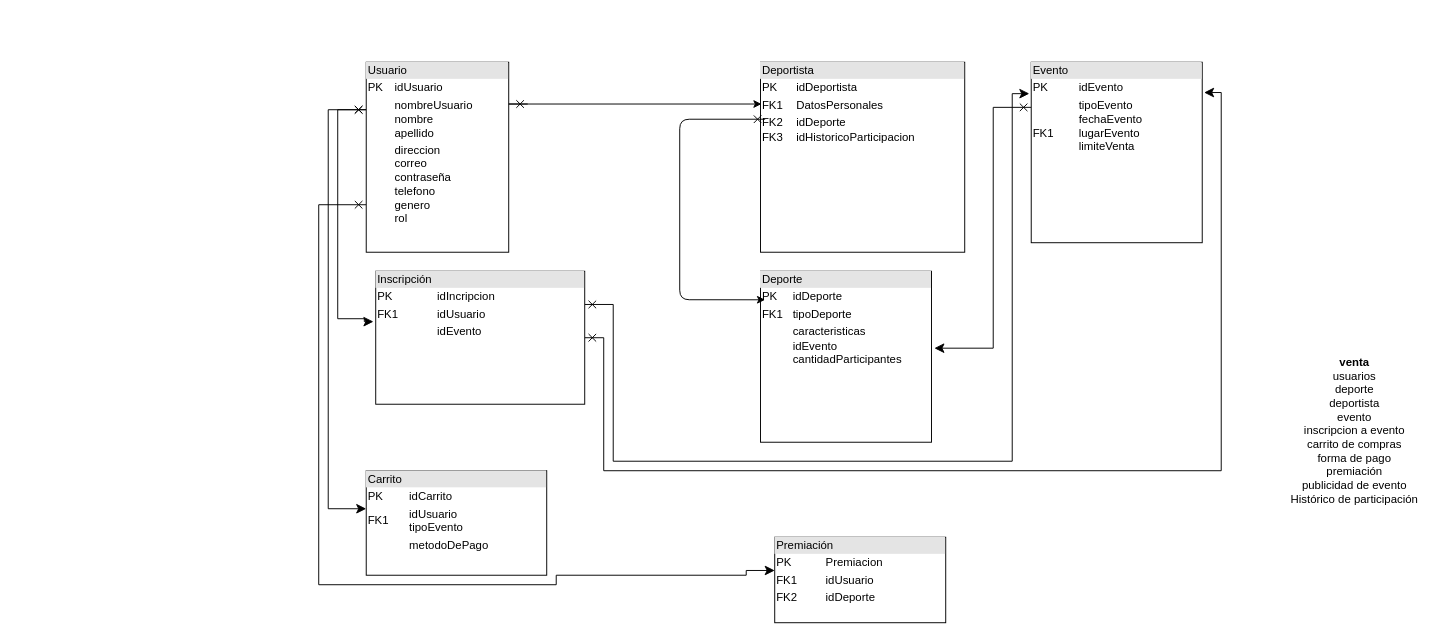
Above: dataBase.drawio in cxrdonx/webApplication (draw.io), before the change. Source tidied: cells renumbered, new cells numbered last; positions are measured from the earlier drawing's top-left corner, leaving out a move shared by most shapes. Both pictures are drawn from the tidied source at 95%, with x=0, y=0 at pixel (318, 62).
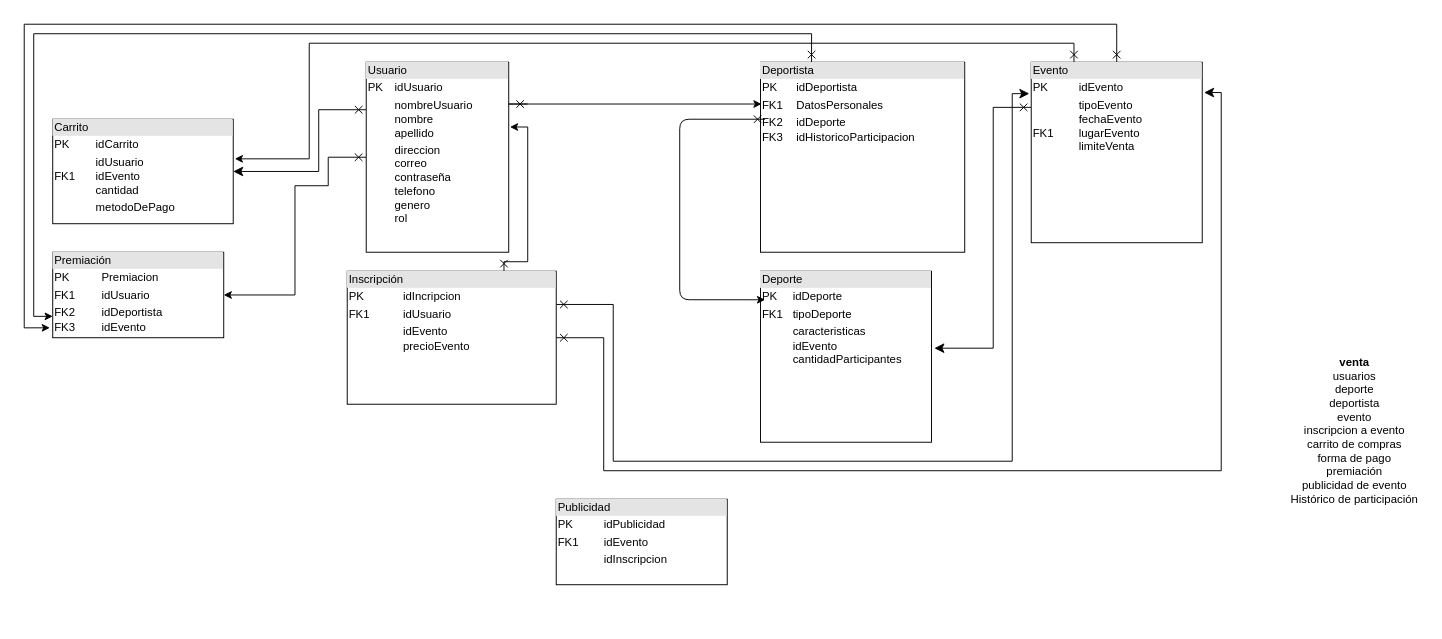
The same diagram, later.

Unchanged cells that the change refers to:
```xml
<mxCell id="7" value="&lt;div style=&quot;box-sizing: border-box ; width: 100% ; background: #e4e4e4 ; padding: 2px&quot;&gt;Usuario&lt;br&gt;&lt;/div&gt;&lt;table style=&quot;width: 100% ; font-size: 1em&quot; cellspacing=&quot;0&quot; cellpadding=&quot;2&quot;&gt;&lt;tbody&gt;&lt;tr&gt;&lt;td&gt;PK&lt;/td&gt;&lt;td&gt;idUsuario&lt;br&gt;&lt;/td&gt;&lt;/tr&gt;&lt;tr&gt;&lt;td&gt;&lt;br&gt;&lt;/td&gt;&lt;td&gt;nombreUsuario&lt;br&gt;nombre&lt;br&gt;apellido&lt;br&gt;&lt;/td&gt;&lt;/tr&gt;&lt;tr&gt;&lt;td&gt;&lt;br&gt;&lt;/td&gt;&lt;td&gt;direccion&lt;br&gt;correo&lt;br&gt;contraseña&lt;br&gt;telefono&lt;br&gt;genero&lt;br&gt;rol&lt;br&gt;&lt;br&gt;&lt;/td&gt;&lt;/tr&gt;&lt;/tbody&gt;&lt;/table&gt;" style="verticalAlign=top;align=left;overflow=fill;html=1;" parent="1" vertex="1">
  <mxGeometry x="50" width="150" height="200" as="geometry" />
</mxCell>
<mxCell id="10" value="&lt;div style=&quot;box-sizing: border-box ; width: 100% ; background: #e4e4e4 ; padding: 2px&quot;&gt;Evento&lt;br&gt;&lt;/div&gt;&lt;table style=&quot;width: 100% ; font-size: 1em&quot; cellspacing=&quot;0&quot; cellpadding=&quot;2&quot;&gt;&lt;tbody&gt;&lt;tr&gt;&lt;td&gt;PK&lt;/td&gt;&lt;td&gt;idEvento&lt;br&gt;&lt;/td&gt;&lt;/tr&gt;&lt;tr&gt;&lt;td&gt;FK1&lt;/td&gt;&lt;td&gt;tipoEvento&lt;br&gt;fechaEvento&lt;br&gt;lugarEvento&lt;br&gt;limiteVenta&lt;br&gt;&lt;br&gt;&lt;/td&gt;&lt;/tr&gt;&lt;tr&gt;&lt;td&gt;&lt;br&gt;&lt;/td&gt;&lt;td&gt;&lt;br&gt;&lt;/td&gt;&lt;/tr&gt;&lt;/tbody&gt;&lt;/table&gt;" style="verticalAlign=top;align=left;overflow=fill;html=1;" parent="1" vertex="1">
  <mxGeometry x="750" width="180" height="190" as="geometry" />
</mxCell>
<mxCell id="11" value="&lt;div style=&quot;box-sizing: border-box ; width: 100% ; background: #e4e4e4 ; padding: 2px&quot;&gt;Deportista&lt;br&gt;&lt;/div&gt;&lt;table style=&quot;width: 100% ; font-size: 1em&quot; cellspacing=&quot;0&quot; cellpadding=&quot;2&quot;&gt;&lt;tbody&gt;&lt;tr&gt;&lt;td&gt;PK&lt;/td&gt;&lt;td&gt;idDeportista&lt;br&gt;&lt;/td&gt;&lt;/tr&gt;&lt;tr&gt;&lt;td&gt;FK1&lt;/td&gt;&lt;td&gt;DatosPersonales&lt;br&gt;&lt;/td&gt;&lt;/tr&gt;&lt;tr&gt;&lt;td&gt;FK2&lt;br&gt;FK3 &lt;br&gt;&lt;/td&gt;&lt;td&gt;idDeporte&lt;br&gt;idHistoricoParticipacion&lt;br&gt;&lt;/td&gt;&lt;/tr&gt;&lt;/tbody&gt;&lt;/table&gt;" style="verticalAlign=top;align=left;overflow=fill;html=1;" parent="1" vertex="1">
  <mxGeometry x="465" width="215" height="200" as="geometry" />
</mxCell>
```

Diff of the diagram source:
```diff
@@
-    <mxCell id="4" style="edgeStyle=orthogonalEdgeStyle;rounded=0;jettySize=auto;html=1;exitX=0;exitY=0.25;exitDx=0;exitDy=0;startArrow=cross;startFill=0;startSize=6;endSize=8;entryX=-0.011;entryY=0.379;entryDx=0;entryDy=0;entryPerimeter=0;" parent="1" edge="1" source="7" target="14">
-      <mxGeometry relative="1" as="geometry">
-        <Array as="points">
-          <mxPoint x="20" y="50" />
-          <mxPoint x="20" y="270" />
-          <mxPoint x="48" y="270" />
-        </Array>
-      </mxGeometry>
-    </mxCell>
-    <mxCell id="5" style="edgeStyle=orthogonalEdgeStyle;rounded=0;jettySize=auto;html=1;exitX=0;exitY=0.25;exitDx=0;exitDy=0;startArrow=cross;startFill=0;startSize=6;endSize=8;entryX=0;entryY=0.364;entryDx=0;entryDy=0;entryPerimeter=0;" parent="1" edge="1" source="7" target="16">
+    <mxCell id="5" style="edgeStyle=orthogonalEdgeStyle;rounded=0;jettySize=auto;html=1;exitX=0;exitY=0.25;exitDx=0;exitDy=0;startArrow=cross;startFill=0;startSize=6;endSize=8;entryX=1;entryY=0.5;entryDx=0;entryDy=0;" parent="1" edge="1" source="7" target="16">
       <mxGeometry relative="1" as="geometry">
         <Array as="points">
-          <mxPoint x="10" y="50" />
-          <mxPoint x="10" y="470" />
+          <mxPoint y="50" />
+          <mxPoint y="115" />
         </Array>
       </mxGeometry>
     </mxCell>
-    <mxCell id="6" style="edgeStyle=orthogonalEdgeStyle;rounded=0;jettySize=auto;html=1;exitX=0;exitY=0.75;exitDx=0;exitDy=0;startArrow=cross;startFill=0;startSize=6;endSize=8;entryX=0;entryY=0.389;entryDx=0;entryDy=0;entryPerimeter=0;" parent="1" edge="1" source="7" target="17">
+    <mxCell id="6" style="edgeStyle=orthogonalEdgeStyle;rounded=0;jettySize=auto;html=1;exitX=0;exitY=0.5;exitDx=0;exitDy=0;entryX=1;entryY=0.5;entryDx=0;entryDy=0;startArrow=cross;startFill=0;" parent="1" edge="1" source="7" target="17">
       <mxGeometry relative="1" as="geometry">
         <Array as="points">
-          <mxPoint y="150" />
-          <mxPoint y="550" />
-          <mxPoint x="250" y="550" />
-          <mxPoint x="250" y="540" />
-          <mxPoint x="450" y="540" />
-          <mxPoint x="450" y="535" />
+          <mxPoint x="10" y="100" />
+          <mxPoint x="10" y="130" />
+          <mxPoint x="-25" y="130" />
+          <mxPoint x="-25" y="245" />
         </Array>
       </mxGeometry>
     </mxCell>
@@
+    <mxCell id="18" style="edgeStyle=orthogonalEdgeStyle;rounded=0;jettySize=auto;html=1;exitX=0.25;exitY=0;exitDx=0;exitDy=0;startArrow=cross;startFill=0;entryX=1.009;entryY=0.379;entryDx=0;entryDy=0;entryPerimeter=0;" parent="1" edge="1" source="10" target="16">
+      <mxGeometry relative="1" as="geometry">
+        <Array as="points">
+          <mxPoint x="795" y="-20" />
+          <mxPoint x="-10" y="-20" />
+          <mxPoint x="-10" y="102" />
+        </Array>
+      </mxGeometry>
+    </mxCell>
+    <mxCell id="19" style="edgeStyle=orthogonalEdgeStyle;rounded=0;jettySize=auto;html=1;exitX=0.5;exitY=0;exitDx=0;exitDy=0;startArrow=cross;startFill=0;entryX=-0.017;entryY=0.884;entryDx=0;entryDy=0;entryPerimeter=0;" parent="1" edge="1" source="10" target="17">
+      <mxGeometry relative="1" as="geometry">
+        <Array as="points">
+          <mxPoint x="840" y="-40" />
+          <mxPoint x="-310" y="-40" />
+          <mxPoint x="-310" y="280" />
+        </Array>
+      </mxGeometry>
+    </mxCell>
@@
+    <mxCell id="20" style="edgeStyle=orthogonalEdgeStyle;rounded=0;jettySize=auto;html=1;exitX=0.25;exitY=0;exitDx=0;exitDy=0;entryX=0;entryY=0.75;entryDx=0;entryDy=0;startArrow=cross;startFill=0;" parent="1" edge="1" source="11" target="17">
+      <mxGeometry relative="1" as="geometry">
+        <Array as="points">
+          <mxPoint x="519" y="-30" />
+          <mxPoint x="-300" y="-30" />
+          <mxPoint x="-300" y="268" />
+        </Array>
+      </mxGeometry>
+    </mxCell>
@@
+    <mxCell id="21" style="edgeStyle=orthogonalEdgeStyle;rounded=0;jettySize=auto;html=1;exitX=0.75;exitY=0;exitDx=0;exitDy=0;startArrow=cross;startFill=0;entryX=1.009;entryY=0.341;entryDx=0;entryDy=0;entryPerimeter=0;" parent="1" edge="1" source="14" target="7">
+      <mxGeometry relative="1" as="geometry">
+        <Array as="points">
+          <mxPoint x="195" y="210" />
+          <mxPoint x="220" y="210" />
+          <mxPoint x="220" y="68" />
+        </Array>
+      </mxGeometry>
+    </mxCell>
-    <mxCell id="14" value="&lt;div style=&quot;box-sizing: border-box ; width: 100% ; background: #e4e4e4 ; padding: 2px&quot;&gt;Inscripción&lt;br&gt;&lt;/div&gt;&lt;table style=&quot;width: 100% ; font-size: 1em&quot; cellspacing=&quot;0&quot; cellpadding=&quot;2&quot;&gt;&lt;tbody&gt;&lt;tr&gt;&lt;td&gt;PK&lt;/td&gt;&lt;td&gt;idIncripcion&lt;br&gt;&lt;/td&gt;&lt;/tr&gt;&lt;tr&gt;&lt;td&gt;FK1&lt;/td&gt;&lt;td&gt;idUsuario&lt;br&gt;&lt;/td&gt;&lt;/tr&gt;&lt;tr&gt;&lt;td&gt;&lt;br&gt;&lt;/td&gt;&lt;td&gt;idEvento&lt;br&gt;&lt;/td&gt;&lt;/tr&gt;&lt;/tbody&gt;&lt;/table&gt;" style="verticalAlign=top;align=left;overflow=fill;html=1;" parent="1" vertex="1">
-      <mxGeometry x="60" y="220" width="220" height="140" as="geometry" />
+    <mxCell id="14" value="&lt;div style=&quot;box-sizing: border-box ; width: 100% ; background: #e4e4e4 ; padding: 2px&quot;&gt;Inscripción&lt;br&gt;&lt;/div&gt;&lt;table style=&quot;width: 100% ; font-size: 1em&quot; cellspacing=&quot;0&quot; cellpadding=&quot;2&quot;&gt;&lt;tbody&gt;&lt;tr&gt;&lt;td&gt;PK&lt;/td&gt;&lt;td&gt;idIncripcion&lt;br&gt;&lt;/td&gt;&lt;/tr&gt;&lt;tr&gt;&lt;td&gt;FK1&lt;/td&gt;&lt;td&gt;idUsuario&lt;br&gt;&lt;/td&gt;&lt;/tr&gt;&lt;tr&gt;&lt;td&gt;&lt;br&gt;&lt;/td&gt;&lt;td&gt;idEvento&lt;br&gt;precioEvento&lt;br&gt;&lt;br&gt;&lt;/td&gt;&lt;/tr&gt;&lt;/tbody&gt;&lt;/table&gt;" style="verticalAlign=top;align=left;overflow=fill;html=1;" parent="1" vertex="1">
+      <mxGeometry x="30" y="220" width="220" height="140" as="geometry" />
     </mxCell>
@@
-    <mxCell id="16" value="&lt;div style=&quot;box-sizing: border-box ; width: 100% ; background: #e4e4e4 ; padding: 2px&quot;&gt;Carrito&lt;br&gt;&lt;/div&gt;&lt;table style=&quot;width: 100% ; font-size: 1em&quot; cellspacing=&quot;0&quot; cellpadding=&quot;2&quot;&gt;&lt;tbody&gt;&lt;tr&gt;&lt;td&gt;PK&lt;/td&gt;&lt;td&gt;idCarrito&lt;br&gt;&lt;/td&gt;&lt;/tr&gt;&lt;tr&gt;&lt;td&gt;FK1&lt;/td&gt;&lt;td&gt;idUsuario&lt;br&gt;tipoEvento&lt;br&gt;&lt;/td&gt;&lt;/tr&gt;&lt;tr&gt;&lt;td&gt;&lt;br&gt;&lt;/td&gt;&lt;td&gt;metodoDePago&lt;br&gt;&lt;/td&gt;&lt;/tr&gt;&lt;/tbody&gt;&lt;/table&gt;" style="verticalAlign=top;align=left;overflow=fill;html=1;" parent="1" vertex="1">
-      <mxGeometry x="50" y="430" width="190" height="110" as="geometry" />
+    <mxCell id="16" value="&lt;div style=&quot;box-sizing: border-box ; width: 100% ; background: #e4e4e4 ; padding: 2px&quot;&gt;Carrito&lt;br&gt;&lt;/div&gt;&lt;table style=&quot;width: 100% ; font-size: 1em&quot; cellspacing=&quot;0&quot; cellpadding=&quot;2&quot;&gt;&lt;tbody&gt;&lt;tr&gt;&lt;td&gt;PK&lt;/td&gt;&lt;td&gt;idCarrito&lt;br&gt;&lt;/td&gt;&lt;/tr&gt;&lt;tr&gt;&lt;td&gt;FK1&lt;/td&gt;&lt;td&gt;idUsuario&lt;br&gt;idEvento&lt;br&gt;cantidad&lt;br&gt;&lt;/td&gt;&lt;/tr&gt;&lt;tr&gt;&lt;td&gt;&lt;br&gt;&lt;/td&gt;&lt;td&gt;metodoDePago&lt;br&gt;&lt;/td&gt;&lt;/tr&gt;&lt;/tbody&gt;&lt;/table&gt;" style="verticalAlign=top;align=left;overflow=fill;html=1;" parent="1" vertex="1">
+      <mxGeometry x="-280" y="60" width="190" height="110" as="geometry" />
     </mxCell>
-    <mxCell id="17" value="&lt;div style=&quot;box-sizing: border-box ; width: 100% ; background: #e4e4e4 ; padding: 2px&quot;&gt;Premiación&lt;br&gt;&lt;/div&gt;&lt;table style=&quot;width: 100% ; font-size: 1em&quot; cellspacing=&quot;0&quot; cellpadding=&quot;2&quot;&gt;&lt;tbody&gt;&lt;tr&gt;&lt;td&gt;PK&lt;/td&gt;&lt;td&gt;Premiacion&lt;br&gt;&lt;/td&gt;&lt;/tr&gt;&lt;tr&gt;&lt;td&gt;FK1&lt;/td&gt;&lt;td&gt;idUsuario&lt;br&gt;&lt;/td&gt;&lt;/tr&gt;&lt;tr&gt;&lt;td&gt;FK2&lt;br&gt;&lt;/td&gt;&lt;td&gt;idDeporte&lt;br&gt;&lt;/td&gt;&lt;/tr&gt;&lt;/tbody&gt;&lt;/table&gt;" style="verticalAlign=top;align=left;overflow=fill;html=1;" parent="1" vertex="1">
-      <mxGeometry x="480" y="500" width="180" height="90" as="geometry" />
+    <mxCell id="17" value="&lt;div style=&quot;box-sizing: border-box ; width: 100% ; background: #e4e4e4 ; padding: 2px&quot;&gt;Premiación&lt;br&gt;&lt;/div&gt;&lt;table style=&quot;width: 100% ; font-size: 1em&quot; cellspacing=&quot;0&quot; cellpadding=&quot;2&quot;&gt;&lt;tbody&gt;&lt;tr&gt;&lt;td&gt;PK&lt;/td&gt;&lt;td&gt;Premiacion&lt;br&gt;&lt;/td&gt;&lt;/tr&gt;&lt;tr&gt;&lt;td&gt;FK1&lt;/td&gt;&lt;td&gt;idUsuario&lt;br&gt;&lt;/td&gt;&lt;/tr&gt;&lt;tr&gt;&lt;td&gt;FK2&lt;br&gt;FK3&lt;br&gt;&lt;/td&gt;&lt;td&gt;idDeportista&lt;br&gt;idEvento&lt;br&gt;&lt;/td&gt;&lt;/tr&gt;&lt;/tbody&gt;&lt;/table&gt;" style="verticalAlign=top;align=left;overflow=fill;html=1;" parent="1" vertex="1">
+      <mxGeometry x="-280" y="200" width="180" height="90" as="geometry" />
     </mxCell>
+    <mxCell id="22" value="&lt;div style=&quot;box-sizing: border-box ; width: 100% ; background: #e4e4e4 ; padding: 2px&quot;&gt;Publicidad&lt;br&gt;&lt;/div&gt;&lt;table style=&quot;width: 100% ; font-size: 1em&quot; cellspacing=&quot;0&quot; cellpadding=&quot;2&quot;&gt;&lt;tbody&gt;&lt;tr&gt;&lt;td&gt;PK&lt;/td&gt;&lt;td&gt;idPublicidad&lt;br&gt;&lt;/td&gt;&lt;/tr&gt;&lt;tr&gt;&lt;td&gt;FK1&lt;/td&gt;&lt;td&gt;idEvento&lt;br&gt;&lt;/td&gt;&lt;/tr&gt;&lt;tr&gt;&lt;td&gt;&lt;br&gt;&lt;/td&gt;&lt;td&gt;idInscripcion&lt;br&gt;&lt;/td&gt;&lt;/tr&gt;&lt;/tbody&gt;&lt;/table&gt;" style="verticalAlign=top;align=left;overflow=fill;html=1;" parent="1" vertex="1">
+      <mxGeometry x="250" y="460" width="180" height="90" as="geometry" />
+    </mxCell>
```
